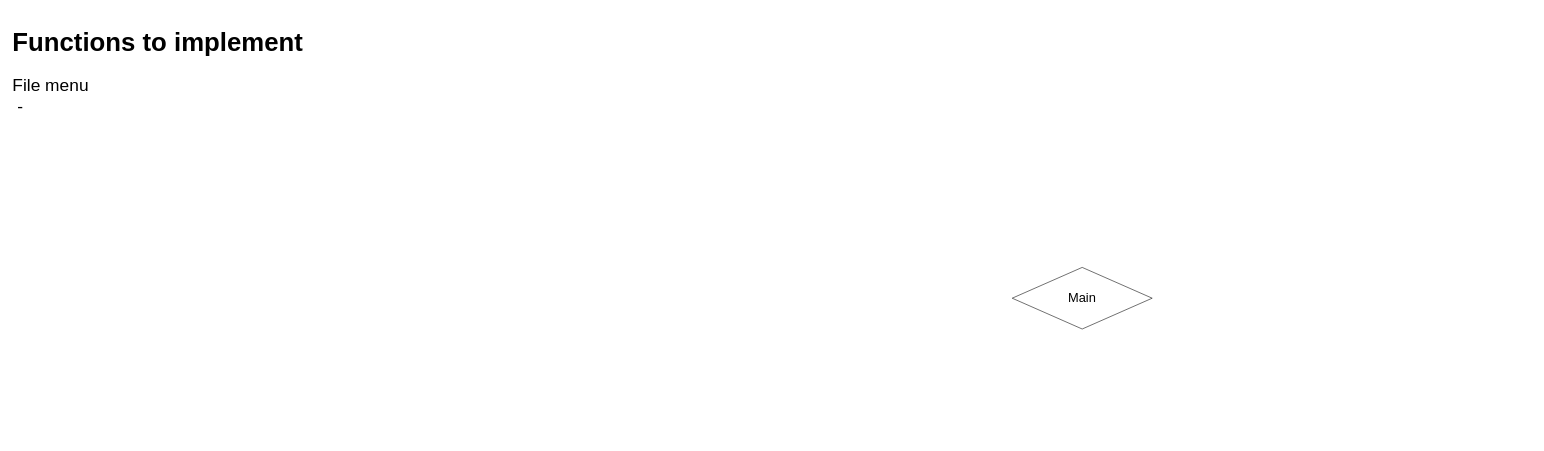
Earlier version of the draw.io diagram Python-text-editor.drawio (Acaippa/Python-text-editor-IDE). Source tidied: cells renumbered, new cells numbered last; positions are measured from the earlier drawing's top-left corner, leaving out a move shared by most shapes. Both pictures are drawn from the tidied source at 56%, with x=0, y=0 at pixel (10, 15).
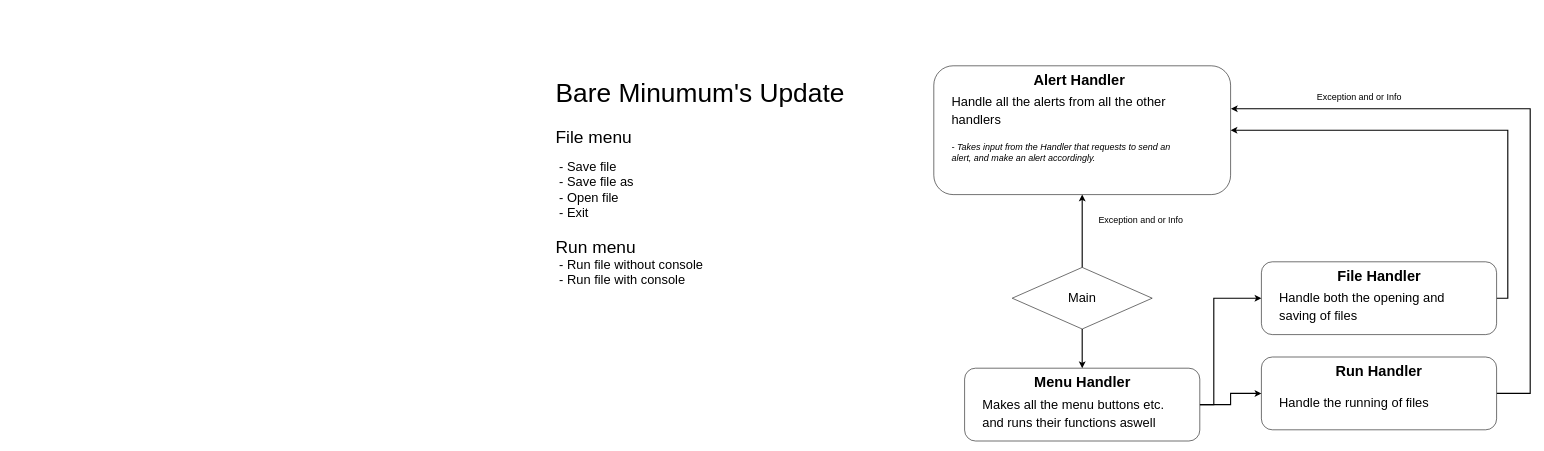
The same page after the edit.

Unchanged cells that the change refers to:
```xml
<mxCell id="2" style="rhombus;whiteSpace=wrap;html=1;" parent="1" vertex="1">
  <mxGeometry x="1790" y="450" width="250" height="110" as="geometry" />
</mxCell>
```

What changed in the source:
```diff
@@
+    <mxCell id="5" style="edgeStyle=orthogonalEdgeStyle;rounded=0;jettySize=auto;html=1;exitX=0.5;exitY=0;exitDx=0;exitDy=0;entryX=0.5;entryY=1;entryDx=0;entryDy=0;fontSize=16;strokeWidth=2;" parent="1" edge="1" source="2" target="15">
+      <mxGeometry relative="1" as="geometry" />
+    </mxCell>
+    <mxCell id="6" style="edgeStyle=orthogonalEdgeStyle;rounded=0;jettySize=auto;html=1;exitX=0.5;exitY=1;exitDx=0;exitDy=0;entryX=0.5;entryY=0;entryDx=0;entryDy=0;fontSize=16;strokeWidth=2;" parent="1" edge="1" source="2" target="23">
+      <mxGeometry relative="1" as="geometry" />
+    </mxCell>
@@
-    <mxCell id="4" value="&lt;h1&gt;Functions to implement&lt;/h1&gt;&lt;div style=&quot;&quot;&gt;&lt;span style=&quot;font-size: 31px;&quot;&gt;File menu&lt;/span&gt;&lt;/div&gt;&lt;div style=&quot;&quot;&gt;&lt;span style=&quot;font-size: 31px;&quot;&gt;&lt;span style=&quot;white-space: pre;&quot;&gt; &lt;/span&gt;-&amp;nbsp;&amp;nbsp;&lt;br&gt;&lt;/span&gt;&lt;/div&gt;" style="text;html=1;strokeColor=none;fillColor=none;spacing=5;spacingTop=-20;whiteSpace=wrap;overflow=hidden;rounded=0;fontSize=23;" parent="1" vertex="1">
-      <mxGeometry width="890" height="600" as="geometry" />
+    <mxCell id="4" value="&lt;h1 style=&quot;font-size: 47px;&quot;&gt;&lt;span style=&quot;background-color: initial; font-weight: normal;&quot;&gt;&lt;font style=&quot;font-size: 47px;&quot;&gt;Bare Minumum's Update&lt;/font&gt;&lt;/span&gt;&lt;/h1&gt;&lt;h1 style=&quot;font-size: 31px;&quot;&gt;&lt;font style=&quot;font-size: 31px;&quot;&gt;&lt;span style=&quot;background-color: initial; font-weight: normal;&quot;&gt;File menu&lt;/span&gt;&lt;br&gt;&lt;/font&gt;&lt;/h1&gt;&lt;div style=&quot;&quot;&gt;&lt;font style=&quot;font-size: 23px;&quot;&gt;&lt;span style=&quot;white-space: pre;&quot;&gt; &lt;/span&gt;- Save file&lt;br&gt;&lt;/font&gt;&lt;/div&gt;&lt;div style=&quot;&quot;&gt;&lt;span style=&quot;white-space: pre;&quot;&gt; &lt;/span&gt;- Save file as&lt;br&gt;&lt;/div&gt;&lt;div style=&quot;&quot;&gt;&lt;span style=&quot;white-space: pre;&quot;&gt; &lt;/span&gt;- Open file&lt;br&gt;&lt;/div&gt;&lt;div style=&quot;&quot;&gt;&lt;span style=&quot;white-space: pre;&quot;&gt; &lt;/span&gt;- Exit&lt;br&gt;&lt;/div&gt;&lt;div style=&quot;&quot;&gt;&lt;br&gt;&lt;/div&gt;&lt;div style=&quot;font-size: 31px;&quot;&gt;Run menu&lt;/div&gt;&lt;div style=&quot;&quot;&gt;&lt;span style=&quot;font-size: 23px; white-space: pre;&quot;&gt;&lt;span style=&quot;white-space: pre;&quot;&gt; &lt;/span&gt;- Run file without console&lt;/span&gt;&lt;/div&gt;&lt;div style=&quot;&quot;&gt;&lt;span style=&quot;font-size: 23px; white-space: pre;&quot;&gt;&lt;span style=&quot;white-space: pre;&quot;&gt; &lt;/span&gt;- Run file with console &lt;/span&gt;&lt;br&gt;&lt;/div&gt;" style="text;html=1;strokeColor=none;fillColor=none;spacing=5;spacingTop=-20;whiteSpace=wrap;overflow=hidden;rounded=0;fontSize=23;" parent="1" vertex="1">
+      <mxGeometry x="970" y="90" width="590" height="630" as="geometry" />
     </mxCell>
+    <mxCell id="7" style="edgeStyle=orthogonalEdgeStyle;rounded=0;jettySize=auto;html=1;exitX=1;exitY=0.5;exitDx=0;exitDy=0;fontSize=16;strokeWidth=2;entryX=1;entryY=0.5;entryDx=0;entryDy=0;" parent="1" edge="1" source="8" target="15">
+      <mxGeometry relative="1" as="geometry" />
+    </mxCell>
+    <mxCell id="8" style="rounded=1;whiteSpace=wrap;html=1;fontSize=23;" parent="1" vertex="1">
+      <mxGeometry x="2235" y="440" width="420" height="130" as="geometry" />
+    </mxCell>
+    <mxCell id="9" value="File Handler" style="text;html=1;strokeColor=none;fillColor=none;align=center;verticalAlign=middle;whiteSpace=wrap;rounded=0;fontSize=26;fontStyle=1;" parent="1" vertex="1">
+      <mxGeometry x="2367.5" y="450" width="155" height="30" as="geometry" />
+    </mxCell>
+    <mxCell id="10" value="&lt;font style=&quot;font-size: 23px;&quot;&gt;Handle both the opening and saving of files&lt;/font&gt;" style="text;html=1;strokeColor=none;fillColor=none;align=left;verticalAlign=middle;whiteSpace=wrap;rounded=0;fontSize=26;" parent="1" vertex="1">
+      <mxGeometry x="2265" y="490" width="360" height="60" as="geometry" />
+    </mxCell>
+    <mxCell id="11" style="edgeStyle=orthogonalEdgeStyle;rounded=0;jettySize=auto;html=1;exitX=1;exitY=0.5;exitDx=0;exitDy=0;fontSize=16;strokeWidth=2;entryX=1.001;entryY=0.333;entryDx=0;entryDy=0;entryPerimeter=0;" parent="1" edge="1" source="12" target="15">
+      <mxGeometry relative="1" as="geometry">
+        <Array as="points">
+          <mxPoint x="2715" y="675" />
+          <mxPoint x="2715" y="167" />
+        </Array>
+      </mxGeometry>
+    </mxCell>
+    <mxCell id="12" style="rounded=1;whiteSpace=wrap;html=1;fontSize=23;" parent="1" vertex="1">
+      <mxGeometry x="2235" y="610" width="420" height="130" as="geometry" />
+    </mxCell>
+    <mxCell id="13" value="Run Handler" style="text;html=1;strokeColor=none;fillColor=none;align=center;verticalAlign=middle;whiteSpace=wrap;rounded=0;fontSize=26;fontStyle=1;" parent="1" vertex="1">
+      <mxGeometry x="2361.2" y="620" width="167.5" height="30" as="geometry" />
+    </mxCell>
+    <mxCell id="14" value="&lt;span style=&quot;font-size: 23px;&quot;&gt;Handle the running of files&lt;/span&gt;" style="text;html=1;strokeColor=none;fillColor=none;align=left;verticalAlign=middle;whiteSpace=wrap;rounded=0;fontSize=26;" parent="1" vertex="1">
+      <mxGeometry x="2265" y="660" width="360" height="60" as="geometry" />
+    </mxCell>
+    <mxCell id="15" style="rounded=1;whiteSpace=wrap;html=1;fontSize=23;" parent="1" vertex="1">
+      <mxGeometry x="1650" y="90" width="530" height="230" as="geometry" />
+    </mxCell>
+    <mxCell id="16" value="Alert Handler" style="text;html=1;strokeColor=none;fillColor=none;align=center;verticalAlign=middle;whiteSpace=wrap;rounded=0;fontSize=26;fontStyle=1;" parent="1" vertex="1">
+      <mxGeometry x="1821.2" y="100" width="177.5" height="30" as="geometry" />
+    </mxCell>
+    <mxCell id="17" value="&lt;span style=&quot;font-size: 23px;&quot;&gt;Handle all the alerts from all the other handlers&lt;br&gt;&lt;/span&gt;" style="text;html=1;strokeColor=none;fillColor=none;align=left;verticalAlign=middle;whiteSpace=wrap;rounded=0;fontSize=26;" parent="1" vertex="1">
+      <mxGeometry x="1680" y="140" width="460" height="60" as="geometry" />
+    </mxCell>
+    <mxCell id="18" value="- Takes input from the Handler that requests to send an alert, and make an alert accordingly." style="text;html=1;strokeColor=none;fillColor=none;align=left;verticalAlign=middle;whiteSpace=wrap;rounded=0;fontSize=16;fontStyle=2;" parent="1" vertex="1">
+      <mxGeometry x="1680" y="210" width="420" height="70" as="geometry" />
+    </mxCell>
+    <mxCell id="19" value="Exception and or Info" style="text;html=1;strokeColor=none;fillColor=none;align=center;verticalAlign=middle;whiteSpace=wrap;rounded=0;fontSize=16;" parent="1" vertex="1">
+      <mxGeometry x="2315" y="130" width="190" height="30" as="geometry" />
+    </mxCell>
+    <mxCell id="20" value="Exception and or Info" style="text;html=1;strokeColor=none;fillColor=none;align=center;verticalAlign=middle;whiteSpace=wrap;rounded=0;fontSize=16;" parent="1" vertex="1">
+      <mxGeometry x="1925" y="350" width="190" height="30" as="geometry" />
+    </mxCell>
+    <mxCell id="21" style="edgeStyle=orthogonalEdgeStyle;rounded=0;jettySize=auto;html=1;exitX=1;exitY=0.5;exitDx=0;exitDy=0;fontSize=16;strokeWidth=2;" parent="1" edge="1" source="23" target="12">
+      <mxGeometry relative="1" as="geometry" />
+    </mxCell>
+    <mxCell id="22" style="edgeStyle=orthogonalEdgeStyle;rounded=0;jettySize=auto;html=1;exitX=1;exitY=0.5;exitDx=0;exitDy=0;entryX=0;entryY=0.5;entryDx=0;entryDy=0;fontSize=16;strokeWidth=2;" parent="1" edge="1" source="23" target="8">
+      <mxGeometry relative="1" as="geometry">
+        <Array as="points">
+          <mxPoint x="2150" y="695" />
+          <mxPoint x="2150" y="505" />
+        </Array>
+      </mxGeometry>
+    </mxCell>
+    <mxCell id="23" style="rounded=1;whiteSpace=wrap;html=1;fontSize=23;" parent="1" vertex="1">
+      <mxGeometry x="1705" y="630" width="420" height="130" as="geometry" />
+    </mxCell>
+    <mxCell id="24" value="Menu Handler" style="text;html=1;strokeColor=none;fillColor=none;align=center;verticalAlign=middle;whiteSpace=wrap;rounded=0;fontSize=26;fontStyle=1;" parent="1" vertex="1">
+      <mxGeometry x="1820.6" y="640" width="188.8" height="30" as="geometry" />
+    </mxCell>
+    <mxCell id="25" value="&lt;span style=&quot;font-size: 23px;&quot;&gt;Makes all the menu buttons etc. and runs their functions aswell&lt;/span&gt;" style="text;html=1;strokeColor=none;fillColor=none;align=left;verticalAlign=middle;whiteSpace=wrap;rounded=0;fontSize=26;" parent="1" vertex="1">
+      <mxGeometry x="1735" y="680" width="360" height="60" as="geometry" />
+    </mxCell>
```
